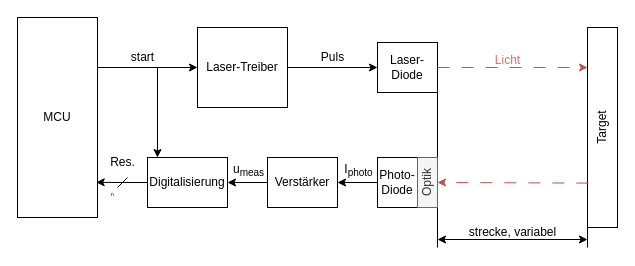
Above: docs/diagrams/konzept_signalpfad.drawio in MatiMcFly/DIY_ToF (draw.io), before the change. Source tidied: cells renumbered, new cells numbered last; positions are measured from the earlier drawing's top-left corner, leaving out a move shared by most shapes. Both pictures are drawn from the tidied source at 100%, with x=0, y=0 at pixel (17, 17).
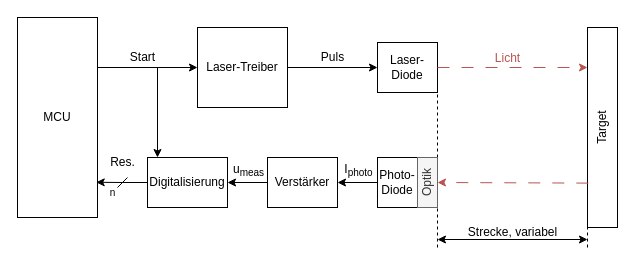
Above is the later version.

Commit message:
[docs/minor] formatting of signal path diagram

Unchanged cells that the change refers to:
```xml
<mxCell id="6" value="Laser-Diode" style="rounded=0;whiteSpace=wrap;html=1;" parent="1" vertex="1">
  <mxGeometry x="360" y="25" width="60" height="50" as="geometry" />
</mxCell>
<mxCell id="7" value="Target" style="rounded=0;whiteSpace=wrap;html=1;horizontal=0;" parent="1" vertex="1">
  <mxGeometry x="570" y="10" width="30" height="200" as="geometry" />
</mxCell>
<mxCell id="20" style="group;" parent="1" vertex="1">
  <mxGeometry x="420" y="200" width="150" height="30" as="geometry" />
</mxCell>
```

Change to the diagram source:
```diff
@@
+    <mxCell id="16" style="endArrow=none;html=1;rounded=0;dashed=1;entryX=0;entryY=1;entryDx=0;entryDy=0;" parent="1" edge="1" target="7">
+      <mxGeometry relative="1" as="geometry">
+        <mxPoint x="570" y="230" as="sourcePoint" />
+      </mxGeometry>
+    </mxCell>
+    <mxCell id="15" style="endArrow=none;html=1;rounded=0;entryX=1;entryY=1;entryDx=0;entryDy=0;dashed=1;" parent="1" edge="1" target="6">
+      <mxGeometry relative="1" as="geometry">
+        <mxPoint x="420" y="230" as="sourcePoint" />
+      </mxGeometry>
+    </mxCell>
@@
-    <mxCell id="8" style="endArrow=classic;html=1;rounded=0;exitX=1;exitY=0.5;exitDx=0;exitDy=0;dashed=1;dashPattern=12 12;fillColor=#f8cecc;strokeColor=#b85450;" parent="1" edge="1" source="6">
+    <mxCell id="8" style="endArrow=classic;html=1;rounded=0;exitX=1;exitY=0.5;exitDx=0;exitDy=0;dashed=1;dashPattern=12 12;fillColor=#f8cecc;strokeColor=#B85450;" parent="1" edge="1" source="6">
       <mxGeometry relative="1" as="geometry">
         <mxPoint x="570" y="50" as="targetPoint" />
       </mxGeometry>
     </mxCell>
@@
-    <mxCell id="15" style="endArrow=none;html=1;rounded=0;entryX=1;entryY=1;entryDx=0;entryDy=0;" parent="1" edge="1" target="6">
-      <mxGeometry relative="1" as="geometry">
-        <mxPoint x="420" y="230" as="sourcePoint" />
-      </mxGeometry>
-    </mxCell>
-    <mxCell id="16" style="endArrow=none;html=1;rounded=0;" parent="1" edge="1">
-      <mxGeometry relative="1" as="geometry">
-        <mxPoint x="570" y="230" as="sourcePoint" />
-        <mxPoint x="570" y="190" as="targetPoint" />
-      </mxGeometry>
-    </mxCell>
@@
-    <mxCell id="18" value="start" style="text;html=1;align=center;verticalAlign=middle;strokeColor=none;fillColor=none;" parent="1" vertex="1">
+    <mxCell id="18" value="Start" style="text;html=1;align=center;verticalAlign=middle;strokeColor=none;fillColor=none;" parent="1" vertex="1">
       <mxGeometry x="100" y="25" width="50" height="30" as="geometry" />
     </mxCell>
@@
-    <mxCell id="22" value="strecke, variabel" style="text;html=1;align=center;verticalAlign=middle;strokeColor=none;fillColor=none;" parent="20" vertex="1">
+    <mxCell id="22" value="Strecke, variabel" style="text;html=1;align=center;verticalAlign=middle;strokeColor=none;fillColor=none;" parent="20" vertex="1">
       <mxGeometry x="20" width="110" height="30" as="geometry" />
     </mxCell>
@@
-    <mxCell id="26" value="&lt;font style=&quot;font-size: 5px;&quot;&gt;n&lt;/font&gt;" style="text;html=1;align=center;verticalAlign=middle;strokeColor=none;fillColor=none;" parent="1" vertex="1">
+    <mxCell id="26" value="&lt;font style=&quot;font-size: 10px;&quot;&gt;n&lt;/font&gt;" style="text;html=1;align=center;verticalAlign=middle;strokeColor=none;fillColor=none;" parent="1" vertex="1">
       <mxGeometry x="80" y="160" width="30" height="30" as="geometry" />
     </mxCell>
@@
-    <mxCell id="30" value="&lt;font style=&quot;color: rgb(234, 107, 102);&quot;&gt;Licht&lt;/font&gt;" style="text;html=1;align=center;verticalAlign=middle;strokeColor=none;fillColor=none;" parent="1" vertex="1">
-      <mxGeometry x="465" y="28" width="50" height="30" as="geometry" />
+    <mxCell id="30" value="&lt;font style=&quot;&quot;&gt;Licht&lt;/font&gt;" style="text;html=1;align=center;verticalAlign=middle;strokeColor=none;fillColor=none;fontColor=#B85450;" parent="1" vertex="1">
+      <mxGeometry x="465" y="26" width="50" height="30" as="geometry" />
     </mxCell>
```
